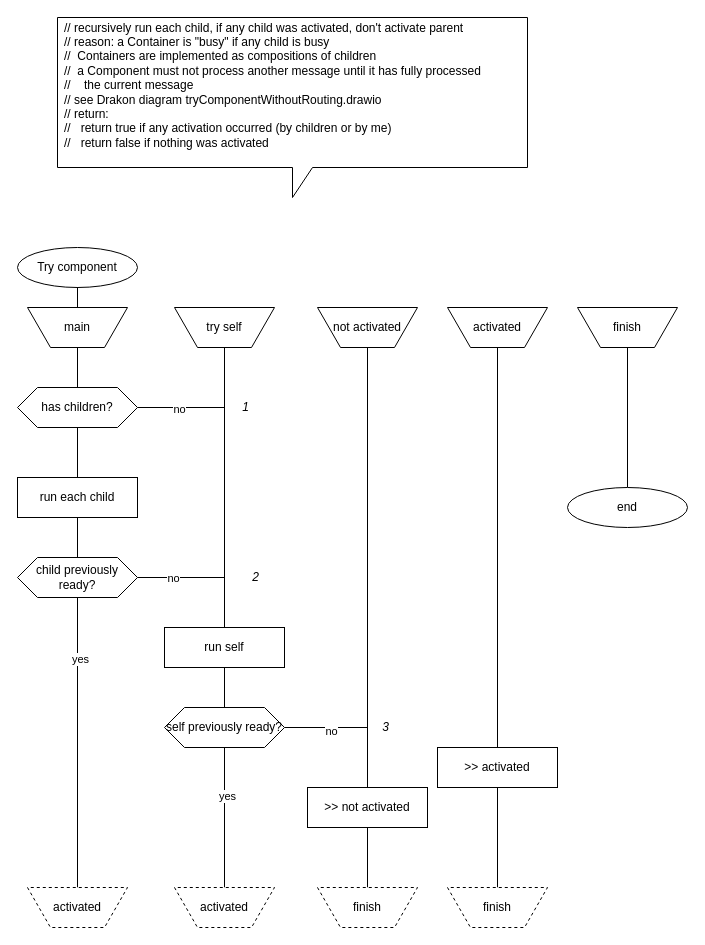
guitarvydas/duct keeps this draw.io diagram as step.drawio. Above is the earlier version. Source tidied: cells renumbered, new cells numbered last; positions are measured from the earlier drawing's top-left corner, leaving out a move shared by most shapes. Both pictures are drawn from the tidied source at 100%, with x=0, y=0 at pixel (17, 17).
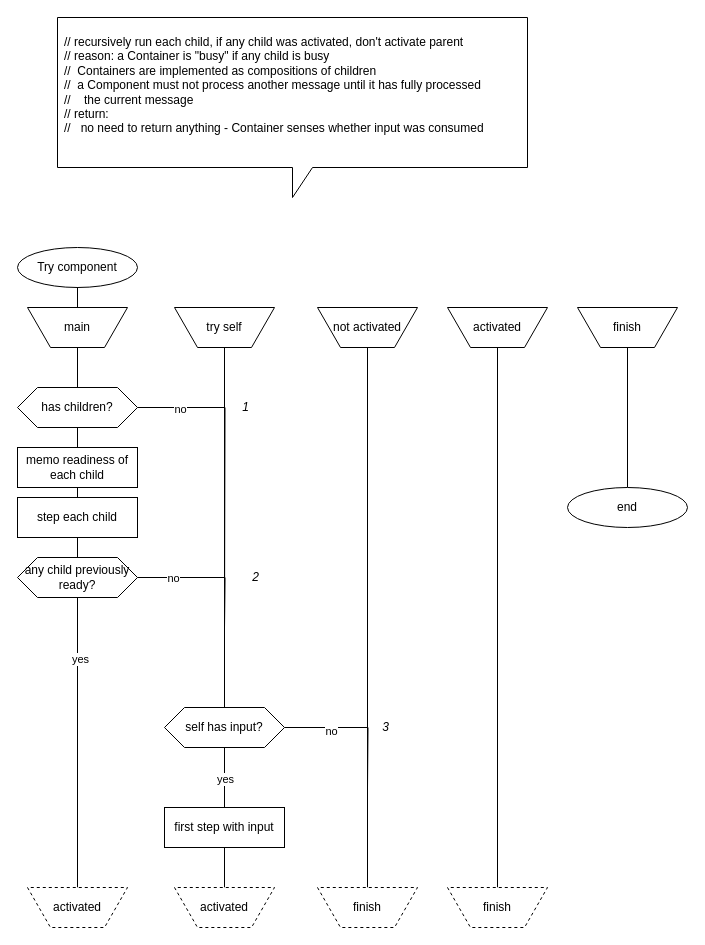
The same page after the edit.

Commit message (it also covers changes not shown here):
begin revamping step

The change refers to these unchanged cells:
```xml
<mxCell id="7" value="has children?" style="shape=hexagon;perimeter=hexagonPerimeter2;whiteSpace=wrap;html=1;fixedSize=1;" parent="1" vertex="1">
  <mxGeometry y="370" width="120" height="40" as="geometry" />
</mxCell>
<mxCell id="26" style="edgeStyle=orthogonalEdgeStyle;rounded=0;jettySize=auto;html=1;endArrow=none;endFill=0;entryX=0.5;entryY=0;entryDx=0;entryDy=0;exitX=0.5;exitY=1;exitDx=0;exitDy=0;" parent="1" edge="1" source="28" target="29">
  <mxGeometry relative="1" as="geometry" />
</mxCell>
```

Change to the diagram source:
```diff
@@
-    <mxCell id="5" style="edgeStyle=orthogonalEdgeStyle;rounded=0;jettySize=auto;html=1;exitX=1;exitY=0.5;exitDx=0;exitDy=0;entryX=0.5;entryY=0;entryDx=0;entryDy=0;endArrow=none;endFill=0;" parent="1" edge="1" source="7" target="30">
-      <mxGeometry relative="1" as="geometry" />
+    <mxCell id="5" style="edgeStyle=orthogonalEdgeStyle;rounded=0;jettySize=auto;html=1;exitX=1;exitY=0.5;exitDx=0;exitDy=0;entryX=0.5;entryY=0;entryDx=0;entryDy=0;endArrow=none;endFill=0;" parent="1" edge="1" source="7">
+      <mxGeometry relative="1" as="geometry">
+        <mxPoint x="207" y="610" as="targetPoint" />
+      </mxGeometry>
     </mxCell>
@@
-    <mxCell id="8" style="edgeStyle=orthogonalEdgeStyle;rounded=0;jettySize=auto;html=1;exitX=1;exitY=0.5;exitDx=0;exitDy=0;entryX=0.5;entryY=0;entryDx=0;entryDy=0;endArrow=none;endFill=0;" parent="1" edge="1" source="10" target="30">
-      <mxGeometry relative="1" as="geometry" />
+    <mxCell id="8" style="edgeStyle=orthogonalEdgeStyle;rounded=0;jettySize=auto;html=1;exitX=1;exitY=0.5;exitDx=0;exitDy=0;entryX=0.5;entryY=0;entryDx=0;entryDy=0;endArrow=none;endFill=0;" parent="1" edge="1" source="10">
+      <mxGeometry relative="1" as="geometry">
+        <mxPoint x="207" y="610" as="targetPoint" />
+      </mxGeometry>
     </mxCell>
@@
-    <mxCell id="10" value="child previously ready?" style="shape=hexagon;perimeter=hexagonPerimeter2;whiteSpace=wrap;html=1;fixedSize=1;" parent="1" vertex="1">
+    <mxCell id="10" value="any child previously ready?" style="shape=hexagon;perimeter=hexagonPerimeter2;whiteSpace=wrap;html=1;fixedSize=1;" parent="1" vertex="1">
       <mxGeometry y="540" width="120" height="40" as="geometry" />
     </mxCell>
-    <mxCell id="11" value="run each child" style="rounded=0;whiteSpace=wrap;html=1;" parent="1" vertex="1">
-      <mxGeometry y="460" width="120" height="40" as="geometry" />
+    <mxCell id="11" value="step each child" style="rounded=0;whiteSpace=wrap;html=1;" parent="1" vertex="1">
+      <mxGeometry y="480" width="120" height="40" as="geometry" />
     </mxCell>
@@
-    <mxCell id="13" value="&amp;gt;&amp;gt; not activated" style="rounded=0;whiteSpace=wrap;html=1;" parent="1" vertex="1">
-      <mxGeometry x="290" y="770" width="120" height="40" as="geometry" />
-    </mxCell>
@@
-    <mxCell id="18" value="&amp;gt;&amp;gt; activated" style="rounded=0;whiteSpace=wrap;html=1;" parent="1" vertex="1">
-      <mxGeometry x="420" y="730" width="120" height="40" as="geometry" />
-    </mxCell>
@@
     <mxCell id="27" value="yes" style="edgeLabel;html=1;align=center;verticalAlign=middle;" parent="26" vertex="1">
-      <mxGeometry x="0.66" y="2" relative="1" as="geometry" />
+      <mxGeometry x="0.66" y="2" relative="1" as="geometry">
+        <mxPoint x="-2" y="-17" as="offset" />
+      </mxGeometry>
     </mxCell>
@@
-    <mxCell id="30" value="run self" style="rounded=0;whiteSpace=wrap;html=1;" parent="1" vertex="1">
-      <mxGeometry x="147" y="610" width="120" height="40" as="geometry" />
-    </mxCell>
-    <mxCell id="31" style="edgeStyle=orthogonalEdgeStyle;rounded=0;jettySize=auto;html=1;exitX=1;exitY=0.5;exitDx=0;exitDy=0;entryX=0.5;entryY=0;entryDx=0;entryDy=0;endArrow=none;endFill=0;" parent="1" edge="1" source="33" target="13">
-      <mxGeometry relative="1" as="geometry" />
+    <mxCell id="31" style="edgeStyle=orthogonalEdgeStyle;rounded=0;jettySize=auto;html=1;exitX=1;exitY=0.5;exitDx=0;exitDy=0;entryX=0.5;entryY=0;entryDx=0;entryDy=0;endArrow=none;endFill=0;" parent="1" edge="1" source="33">
+      <mxGeometry relative="1" as="geometry">
+        <mxPoint x="350" y="770" as="targetPoint" />
+      </mxGeometry>
     </mxCell>
@@
-    <mxCell id="33" value="self previously ready?" style="shape=hexagon;perimeter=hexagonPerimeter2;whiteSpace=wrap;html=1;fixedSize=1;" parent="1" vertex="1">
+    <mxCell id="33" value="self has input?" style="shape=hexagon;perimeter=hexagonPerimeter2;whiteSpace=wrap;html=1;fixedSize=1;" parent="1" vertex="1">
       <mxGeometry x="147" y="690" width="120" height="40" as="geometry" />
     </mxCell>
@@
-    <mxCell id="37" value="&lt;div&gt;&lt;span&gt;&#9;&lt;/span&gt;// recursively run each child, if any child was activated, don't activate parent&lt;/div&gt;&lt;div&gt;&lt;span&gt;&#9;&lt;/span&gt;// reason: a Container is &quot;busy&quot; if any child is busy&lt;/div&gt;&lt;div&gt;&lt;span&gt;&#9;&lt;/span&gt;//&amp;nbsp; Containers are implemented as compositions of children&lt;/div&gt;&lt;div&gt;&lt;span&gt;&#9;&lt;/span&gt;//&amp;nbsp; a Component must not process another message until it has fully processed&lt;/div&gt;&lt;div&gt;&lt;span&gt;&#9;&lt;/span&gt;//&amp;nbsp; &amp;nbsp; the current message&lt;/div&gt;&lt;div&gt;&lt;span&gt;&#9;&lt;/span&gt;// see Drakon diagram tryComponentWithoutRouting.drawio&lt;/div&gt;&lt;div&gt;&lt;span&gt;&#9;&lt;/span&gt;// return:&lt;/div&gt;&lt;div&gt;&lt;span&gt;&#9;&lt;/span&gt;//&amp;nbsp; &amp;nbsp;return true if any activation occurred (by children or by me)&lt;/div&gt;&lt;div&gt;&lt;span&gt;&#9;&lt;/span&gt;//&amp;nbsp; &amp;nbsp;return false if nothing was activated&lt;/div&gt;&lt;div&gt;&lt;br&gt;&lt;/div&gt;" style="shape=callout;whiteSpace=wrap;html=1;perimeter=calloutPerimeter;align=left;spacingLeft=5;" parent="1" vertex="1">
+    <mxCell id="37" value="&lt;div&gt;&lt;span&gt;&#9;&lt;/span&gt;// recursively run each child, if any child was activated, don't activate parent&lt;/div&gt;&lt;div&gt;&lt;span&gt;&#9;&lt;/span&gt;// reason: a Container is &quot;busy&quot; if any child is busy&lt;/div&gt;&lt;div&gt;&lt;span&gt;&#9;&lt;/span&gt;//&amp;nbsp; Containers are implemented as compositions of children&lt;/div&gt;&lt;div&gt;&lt;span&gt;&#9;&lt;/span&gt;//&amp;nbsp; a Component must not process another message until it has fully processed&lt;/div&gt;&lt;div&gt;&lt;span&gt;&#9;&lt;/span&gt;//&amp;nbsp; &amp;nbsp; the current message&lt;/div&gt;&lt;div&gt;&lt;span&gt;// return:&lt;/span&gt;&lt;br&gt;&lt;/div&gt;&lt;div&gt;&lt;span&gt;//&amp;nbsp; &amp;nbsp;no need to return anything - Container senses whether input was consumed&lt;/span&gt;&lt;/div&gt;&lt;div&gt;&lt;br&gt;&lt;/div&gt;" style="shape=callout;whiteSpace=wrap;html=1;perimeter=calloutPerimeter;align=left;spacingLeft=5;" parent="1" vertex="1">
       <mxGeometry x="40" width="470" height="180" as="geometry" />
     </mxCell>
+    <mxCell id="38" value="memo readiness of each child" style="rounded=0;whiteSpace=wrap;html=1;" parent="1" vertex="1">
+      <mxGeometry y="430" width="120" height="40" as="geometry" />
+    </mxCell>
+    <mxCell id="39" value="first step with input" style="rounded=0;whiteSpace=wrap;html=1;" parent="1" vertex="1">
+      <mxGeometry x="147" y="790" width="120" height="40" as="geometry" />
+    </mxCell>
```
